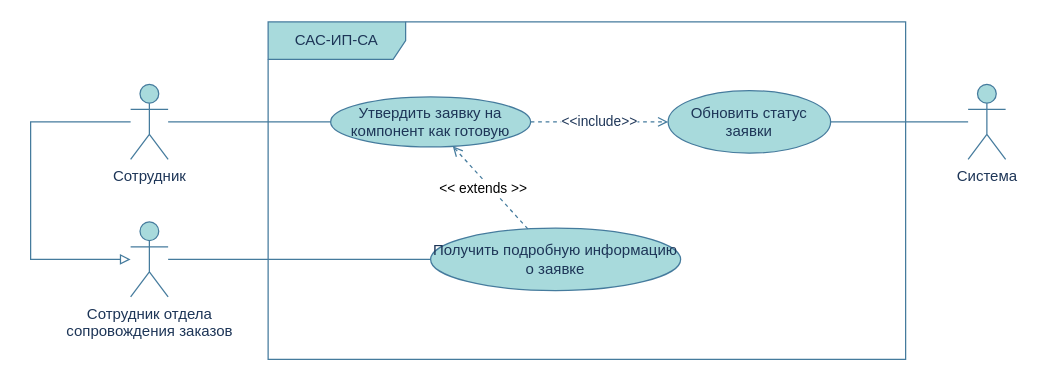
Above: page "10: Установить статус заявки" (12 of 14) of magistracy/software-engeneering-methodology/diagrams/Use-Cases.drawio in GulDilin/itmo (draw.io), before the change. Source tidied: cells renumbered, new cells numbered last; positions are measured from the earlier drawing's top-left corner, leaving out a move shared by most shapes. Both pictures are drawn from the tidied source at 125%, with x=0, y=0 at pixel (30, 21).
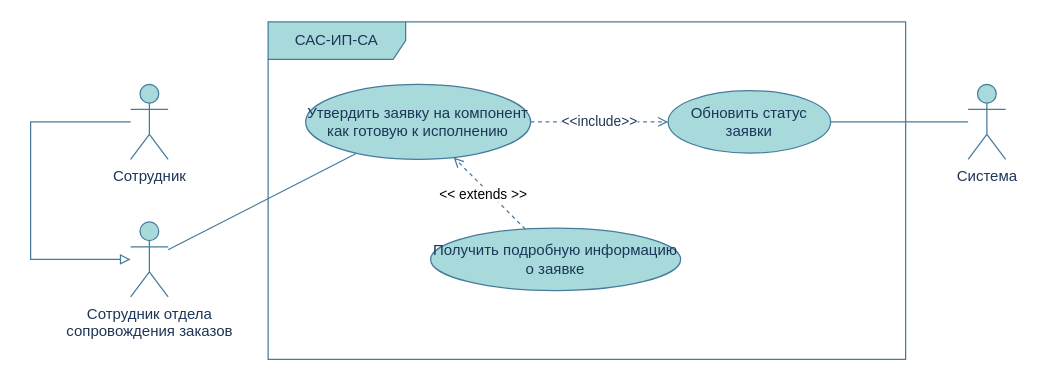
After the change.

The edit, as a diff of the source:
```diff
@@
 <mxGraphModel>
   <root>
     <mxCell id="0" />
     <mxCell id="1" parent="0" />
     <mxCell id="2" value="САС-ИП-СА" style="shape=umlFrame;whiteSpace=wrap;html=1;width=110;height=30;labelBackgroundColor=none;fillColor=#A8DADC;strokeColor=#457B9D;fontColor=#1D3557;" parent="1" vertex="1">
       <mxGeometry x="190" width="510" height="270" as="geometry" />
     </mxCell>
     <mxCell id="3" value="Сотрудник отдела&lt;br&gt;сопровождения заказов" style="shape=umlActor;verticalLabelPosition=bottom;verticalAlign=top;html=1;labelBackgroundColor=none;fillColor=#A8DADC;strokeColor=#457B9D;fontColor=#1D3557;" parent="1" vertex="1">
       <mxGeometry x="80" y="160" width="30" height="60" as="geometry" />
     </mxCell>
     <mxCell id="4" value="Сотрудник" style="shape=umlActor;verticalLabelPosition=bottom;verticalAlign=top;html=1;labelBackgroundColor=none;fillColor=#A8DADC;strokeColor=#457B9D;fontColor=#1D3557;" parent="1" vertex="1">
       <mxGeometry x="80" y="50" width="30" height="60" as="geometry" />
     </mxCell>
     <mxCell id="5" style="edgeStyle=none;rounded=0;jettySize=auto;html=1;endArrow=block;endFill=0;labelBackgroundColor=none;strokeColor=#457B9D;fontColor=default;" parent="1" edge="1" source="4" target="3">
       <mxGeometry relative="1" as="geometry">
         <Array as="points">
           <mxPoint y="80" />
           <mxPoint y="190" />
         </Array>
       </mxGeometry>
     </mxCell>
     <mxCell id="6" value="Получить подробную информацию о заявке" style="ellipse;whiteSpace=wrap;html=1;labelBackgroundColor=none;fillColor=#A8DADC;strokeColor=#457B9D;fontColor=#1D3557;" parent="1" vertex="1">
       <mxGeometry x="320" y="165" width="200" height="50" as="geometry" />
     </mxCell>
-    <mxCell id="7" style="edgeStyle=none;rounded=0;jettySize=auto;html=1;endArrow=none;endFill=0;labelBackgroundColor=none;strokeColor=#457B9D;fontColor=default;" parent="1" edge="1" source="3" target="6">
+    <mxCell id="7" style="edgeStyle=none;rounded=0;jettySize=auto;html=1;endArrow=none;endFill=0;labelBackgroundColor=none;strokeColor=#457B9D;fontColor=default;" parent="1" edge="1" source="3" target="8">
       <mxGeometry relative="1" as="geometry" />
     </mxCell>
-    <mxCell id="8" value="Утвердить заявку на компонент как готовую" style="ellipse;whiteSpace=wrap;html=1;labelBackgroundColor=none;fillColor=#A8DADC;strokeColor=#457B9D;fontColor=#1D3557;" parent="1" vertex="1">
-      <mxGeometry x="240" y="60" width="160" height="40" as="geometry" />
+    <mxCell id="8" value="Утвердить заявку на компонент как готовую к исполнению" style="ellipse;whiteSpace=wrap;html=1;labelBackgroundColor=none;fillColor=#A8DADC;strokeColor=#457B9D;fontColor=#1D3557;" parent="1" vertex="1">
+      <mxGeometry x="220" y="50" width="180" height="60" as="geometry" />
     </mxCell>
     <mxCell id="9" style="rounded=0;jettySize=auto;html=1;strokeColor=#457B9D;fontColor=#1D3557;fillColor=#A8DADC;endArrow=open;endFill=0;dashed=1;" parent="1" edge="1" source="6" target="8">
       <mxGeometry relative="1" as="geometry" />
     </mxCell>
     <mxCell id="10" value="&amp;lt;&amp;lt; extends &amp;gt;&amp;gt;" style="edgeLabel;html=1;align=center;verticalAlign=middle;" parent="9" vertex="1">
       <mxGeometry x="0.09" y="4" relative="1" as="geometry" />
     </mxCell>
-    <mxCell id="11" style="edgeStyle=none;rounded=0;jettySize=auto;html=1;endArrow=none;endFill=0;labelBackgroundColor=none;strokeColor=#457B9D;fontColor=default;" parent="1" edge="1" source="4" target="8">
-      <mxGeometry relative="1" as="geometry" />
-    </mxCell>
     <mxCell id="12" value="Обновить статус заявки" style="ellipse;whiteSpace=wrap;html=1;labelBackgroundColor=none;fillColor=#A8DADC;strokeColor=#457B9D;fontColor=#1D3557;" parent="1" vertex="1">
       <mxGeometry x="510" y="55" width="130" height="50" as="geometry" />
     </mxCell>
     <mxCell id="13" value="Система" style="shape=umlActor;verticalLabelPosition=bottom;verticalAlign=top;html=1;labelBackgroundColor=none;fillColor=#A8DADC;strokeColor=#457B9D;fontColor=#1D3557;" parent="1" vertex="1">
       <mxGeometry x="750" y="50" width="30" height="60" as="geometry" />
     </mxCell>
     <mxCell id="14" style="edgeStyle=none;rounded=0;jettySize=auto;html=1;endArrow=none;endFill=0;labelBackgroundColor=none;strokeColor=#457B9D;fontColor=default;" parent="1" edge="1" source="12" target="13">
       <mxGeometry relative="1" as="geometry" />
     </mxCell>
     <mxCell id="15" value="&amp;lt;&amp;lt;include&amp;gt;&amp;gt;" style="rounded=0;jettySize=auto;html=1;strokeColor=#457B9D;fontColor=#1D3557;fillColor=#A8DADC;endArrow=open;endFill=0;dashed=1;" parent="1" edge="1" source="8" target="12">
       <mxGeometry relative="1" as="geometry" />
     </mxCell>
   </root>
 </mxGraphModel>
```
